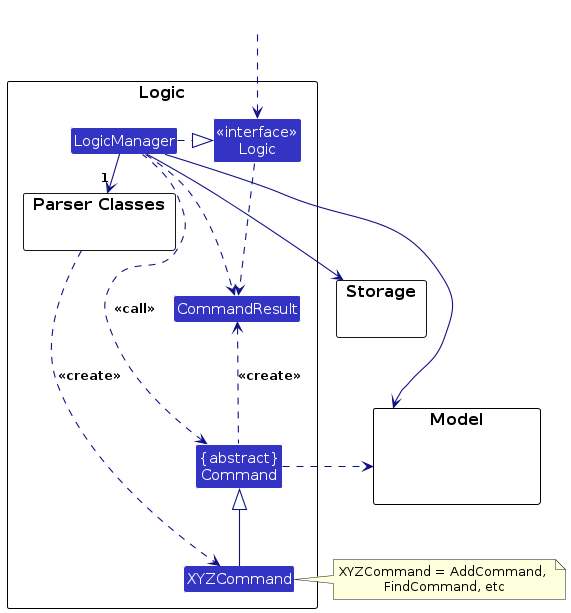
Earlier version of the PlantUML export diagrams/LogicClassDiagram.png (AY2627S1-CS2103T-T16-2/tp). Its source is kept beside it as diagrams/LogicClassDiagram.puml. Source of this version:
```plantuml
@startuml
!include style.puml
skinparam arrowThickness 1.1
skinparam arrowColor LOGIC_COLOR_T4
skinparam classBackgroundColor LOGIC_COLOR

package Logic as LogicPackage {

package "Parser Classes" as ParserClasses{
}
Class XYZCommand
Class CommandResult
Class "{abstract}\nCommand" as Command


Class "<<interface>>\nLogic" as Logic
Class LogicManager
}

package Model {
Class HiddenModel #FFFFFF
}

package Storage {
}

Class HiddenOutside #FFFFFF
HiddenOutside ..> Logic

LogicManager .right.|> Logic
LogicManager -right->"1" ParserClasses
ParserClasses ..> XYZCommand : <<create>>

XYZCommand -up-|> Command
LogicManager .left.> Command : <<call>>

LogicManager --> Model
LogicManager --> Storage
Storage --[hidden] Model
Command .[hidden]up.> Storage
Command .right.> Model
note right of XYZCommand: XYZCommand = AddCommand, \nFindCommand, etc

Logic ..> CommandResult
LogicManager .down.> CommandResult
Command .up.> CommandResult : <<create>>
@enduml
```
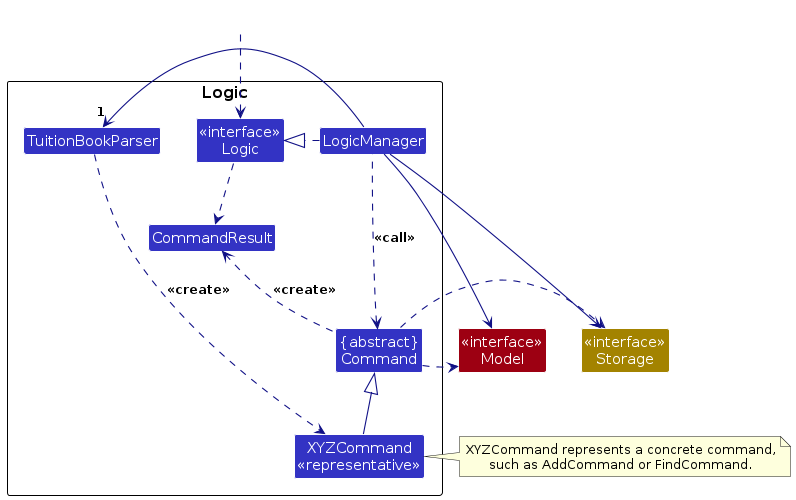
Later version of the same file.

Change to the diagram source:
```diff
@@ -6,9 +6,8 @@
 
 package Logic as LogicPackage {
 
-package "Parser Classes" as ParserClasses{
-}
-Class XYZCommand
+Class TuitionBookParser
+Class "XYZCommand\n<<representative>>" as XYZCommand
 Class CommandResult
 Class "{abstract}\nCommand" as Command
 
@@ -17,31 +16,30 @@
 Class LogicManager
 }
 
-package Model {
-Class HiddenModel #FFFFFF
-}
-
-package Storage {
-}
+Class "<<interface>>\nModel" as Model MODEL_COLOR
+Class "<<interface>>\nStorage" as Storage STORAGE_COLOR
 
 Class HiddenOutside #FFFFFF
 HiddenOutside ..> Logic
 
 LogicManager .right.|> Logic
-LogicManager -right->"1" ParserClasses
-ParserClasses ..> XYZCommand : <<create>>
+LogicManager --> "1" TuitionBookParser
+TuitionBookParser ..> XYZCommand : <<create>>
 
 XYZCommand -up-|> Command
 LogicManager .left.> Command : <<call>>
 
 LogicManager --> Model
 LogicManager --> Storage
-Storage --[hidden] Model
-Command .[hidden]up.> Storage
 Command .right.> Model
-note right of XYZCommand: XYZCommand = AddCommand, \nFindCommand, etc
+Command .right.> Storage
+note left of XYZCommand: XYZCommand represents a concrete command,\nsuch as AddCommand or FindCommand.
 
 Logic ..> CommandResult
-LogicManager .down.> CommandResult
 Command .up.> CommandResult : <<create>>
+
+TuitionBookParser -[hidden]right- LogicManager
+LogicManager -[hidden]right- Command
+Command -[hidden]down- Model
+Model -[hidden]right- Storage
 @enduml
```
